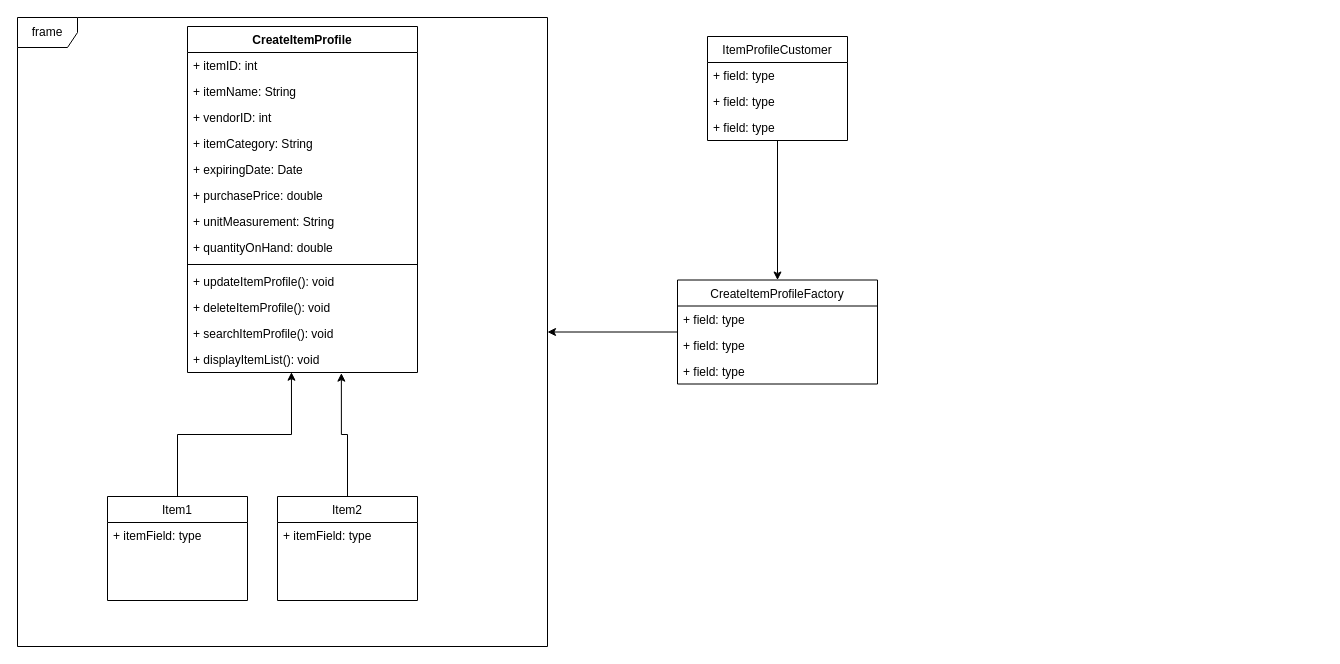
Earlier version of the draw.io diagram CSC4110 group project feature 4 & 6 UML.drawio (Ceejay1009/CSC4111-GitAssignment). Source tidied: cells renumbered, new cells numbered last; positions are measured from the earlier drawing's top-left corner, leaving out a move shared by most shapes. Both pictures are drawn from the tidied source at 100%, with x=0, y=0 at pixel (17, 17).
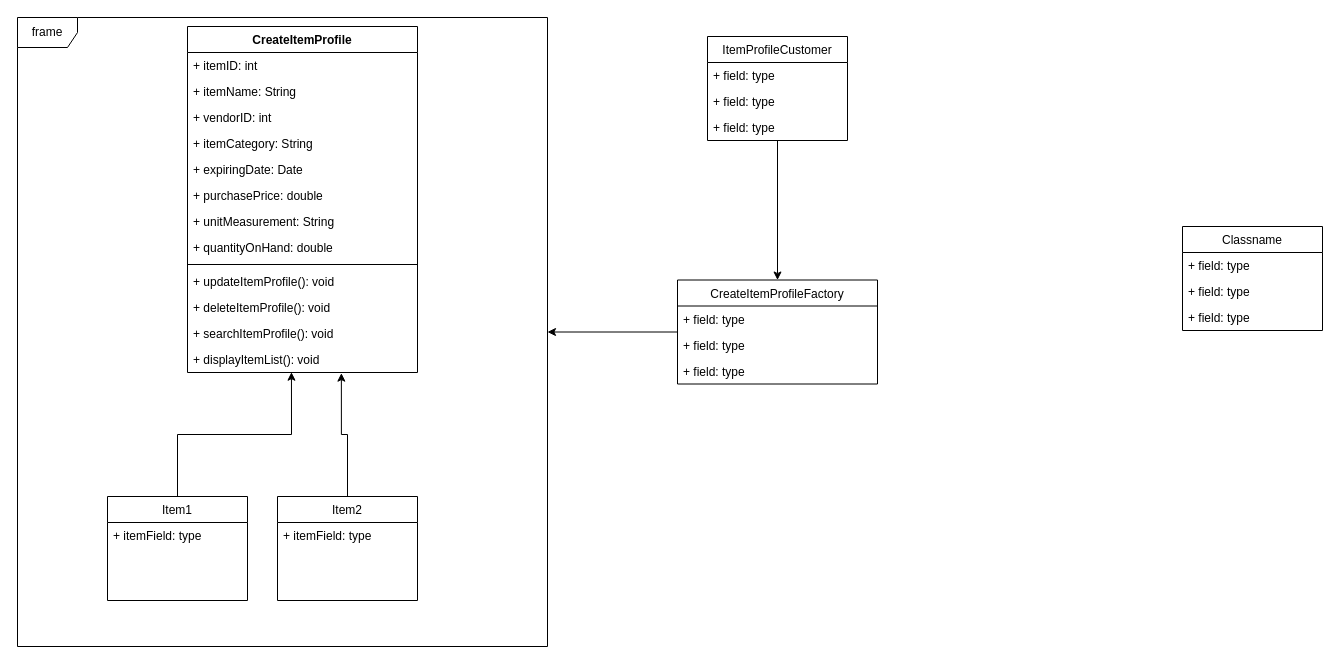
The same diagram, later.

The edit, as a diff of the source:
```diff
@@
+    <mxCell id="37" value="Classname" style="swimlane;fontStyle=0;horizontal=1;startSize=26;fillColor=none;" parent="1" vertex="1">
+      <mxGeometry x="1165" y="209" width="140" height="104" as="geometry" />
+    </mxCell>
+    <mxCell id="38" value="+ field: type" style="text;strokeColor=none;fillColor=none;align=left;verticalAlign=top;spacingLeft=4;spacingRight=4;overflow=hidden;" parent="37" vertex="1">
+      <mxGeometry y="26" width="140" height="26" as="geometry" />
+    </mxCell>
+    <mxCell id="39" value="+ field: type" style="text;strokeColor=none;fillColor=none;align=left;verticalAlign=top;spacingLeft=4;spacingRight=4;overflow=hidden;" parent="37" vertex="1">
+      <mxGeometry y="52" width="140" height="26" as="geometry" />
+    </mxCell>
+    <mxCell id="40" value="+ field: type" style="text;strokeColor=none;fillColor=none;align=left;verticalAlign=top;spacingLeft=4;spacingRight=4;overflow=hidden;" parent="37" vertex="1">
+      <mxGeometry y="78" width="140" height="26" as="geometry" />
+    </mxCell>
```
